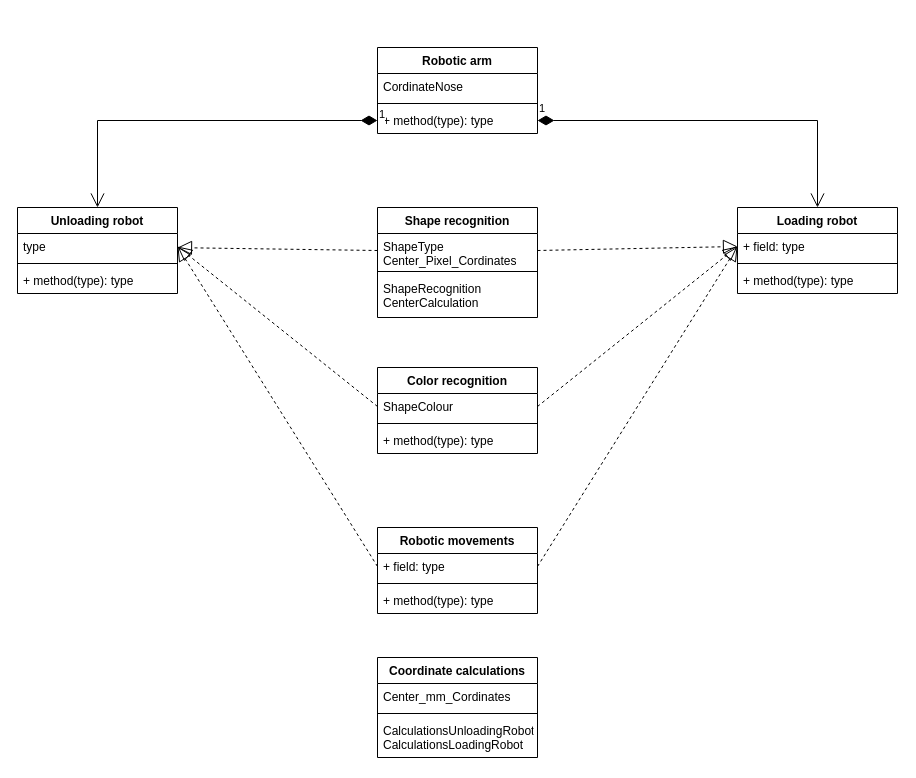
Earlier version of the draw.io diagram Class diagram.drawio (WinnenVanB2IsBelangrijkerDanMeedoen/EndAssigmentMain-SDA3). Source tidied: cells renumbered, new cells numbered last; positions are measured from the earlier drawing's top-left corner, leaving out a move shared by most shapes. Both pictures are drawn from the tidied source at 100%, with x=0, y=0 at pixel (17, 47).
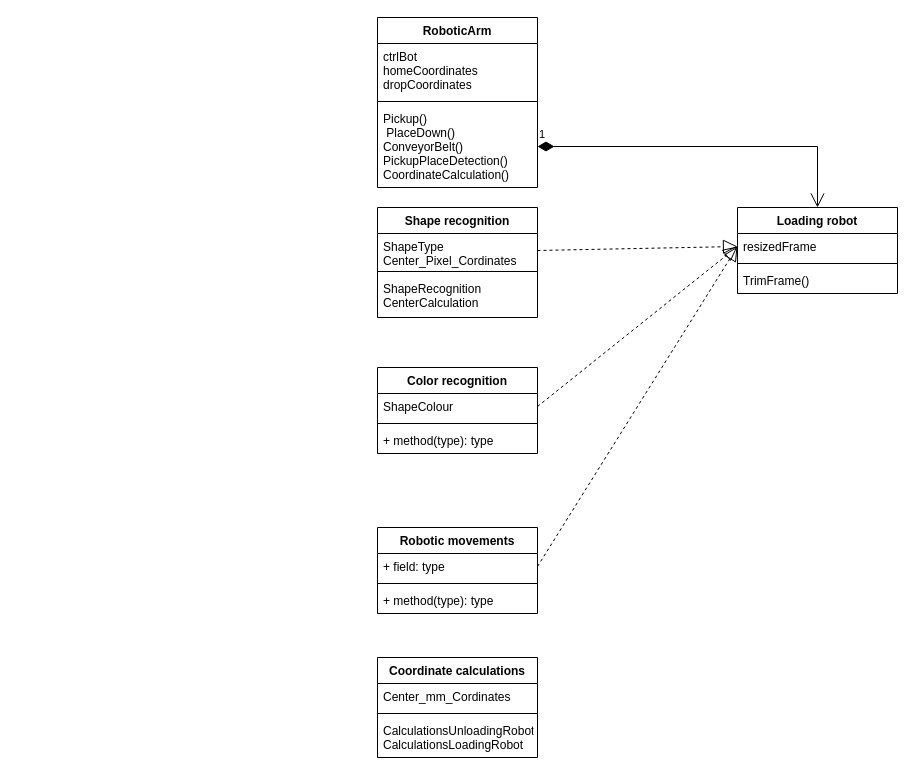
The same diagram, later.

Commit message (it also covers changes not shown here):
Code beetje opgeschoond

The change refers to these unchanged cells:
```xml
<mxCell id="7" value="ShapeColour" style="text;strokeColor=none;fillColor=none;align=left;verticalAlign=top;spacingLeft=4;spacingRight=4;overflow=hidden;points=[[0,0.5],[1,0.5]];portConstraint=eastwest;" parent="6" vertex="1">
  <mxGeometry y="26" width="160" height="26" as="geometry" />
</mxCell>
<mxCell id="11" value="ShapeType&#10;Center_Pixel_Cordinates" style="text;strokeColor=none;fillColor=none;align=left;verticalAlign=top;spacingLeft=4;spacingRight=4;overflow=hidden;points=[[0,0.5],[1,0.5]];portConstraint=eastwest;" parent="10" vertex="1">
  <mxGeometry y="26" width="160" height="34" as="geometry" />
</mxCell>
<mxCell id="15" value="+ field: type" style="text;strokeColor=none;fillColor=none;align=left;verticalAlign=top;spacingLeft=4;spacingRight=4;overflow=hidden;points=[[0,0.5],[1,0.5]];portConstraint=eastwest;" parent="14" vertex="1">
  <mxGeometry y="26" width="160" height="26" as="geometry" />
</mxCell>
<mxCell id="19" value="Loading robot" style="swimlane;fontStyle=1;align=center;verticalAlign=top;horizontal=1;startSize=26;flipH=1;" parent="1" vertex="1">
  <mxGeometry x="720" y="160" width="160" height="86" as="geometry" />
</mxCell>
```

What changed in the source:
```diff
@@
-    <mxCell id="2" value="Robotic arm" style="swimlane;fontStyle=1;align=center;verticalAlign=top;horizontal=1;startSize=26;" parent="1" vertex="1">
-      <mxGeometry x="360" width="160" height="86" as="geometry" />
+    <mxCell id="2" value="RoboticArm" style="swimlane;fontStyle=1;align=center;verticalAlign=top;horizontal=1;startSize=26;" parent="1" vertex="1">
+      <mxGeometry x="360" y="-30" width="160" height="170" as="geometry" />
     </mxCell>
-    <mxCell id="3" value="CordinateNose" style="text;strokeColor=none;fillColor=none;align=left;verticalAlign=top;spacingLeft=4;spacingRight=4;overflow=hidden;" parent="2" vertex="1">
-      <mxGeometry y="26" width="160" height="26" as="geometry" />
+    <mxCell id="3" value="ctrlBot&#10;homeCoordinates&#10;dropCoordinates" style="text;strokeColor=none;fillColor=none;align=left;verticalAlign=top;spacingLeft=4;spacingRight=4;overflow=hidden;" parent="2" vertex="1">
+      <mxGeometry y="26" width="160" height="54" as="geometry" />
     </mxCell>
     <mxCell id="4" style="line;strokeWidth=1;fillColor=none;align=left;verticalAlign=middle;spacingTop=-1;spacingLeft=3;spacingRight=3;labelPosition=right;strokeColor=inherit;" parent="2" vertex="1">
-      <mxGeometry y="52" width="160" height="8" as="geometry" />
+      <mxGeometry y="80" width="160" height="8" as="geometry" />
     </mxCell>
-    <mxCell id="5" value="+ method(type): type" style="text;strokeColor=none;fillColor=none;align=left;verticalAlign=top;spacingLeft=4;spacingRight=4;overflow=hidden;points=[[0,0.5],[1,0.5]];portConstraint=eastwest;" parent="2" vertex="1">
-      <mxGeometry y="60" width="160" height="26" as="geometry" />
+    <mxCell id="5" value="Pickup()&#10; PlaceDown()&#10;ConveyorBelt()&#10;PickupPlaceDetection()&#10;CoordinateCalculation()&#10;" style="text;strokeColor=none;fillColor=none;align=left;verticalAlign=top;spacingLeft=4;spacingRight=4;overflow=hidden;points=[[0,0.5],[1,0.5]];portConstraint=eastwest;" parent="2" vertex="1">
+      <mxGeometry y="88" width="160" height="82" as="geometry" />
     </mxCell>
@@
-    <mxCell id="20" value="+ field: type" style="text;strokeColor=none;fillColor=none;align=left;verticalAlign=top;spacingLeft=4;spacingRight=4;overflow=hidden;points=[[0,0.5],[1,0.5]];portConstraint=eastwest;" parent="19" vertex="1">
+    <mxCell id="20" value="resizedFrame" style="text;strokeColor=none;fillColor=none;align=left;verticalAlign=top;spacingLeft=4;spacingRight=4;overflow=hidden;points=[[0,0.5],[1,0.5]];portConstraint=eastwest;" parent="19" vertex="1">
       <mxGeometry y="26" width="160" height="26" as="geometry" />
     </mxCell>
@@
-    <mxCell id="22" value="+ method(type): type" style="text;strokeColor=none;fillColor=none;align=left;verticalAlign=top;spacingLeft=4;spacingRight=4;overflow=hidden;" parent="19" vertex="1">
+    <mxCell id="22" value="TrimFrame()" style="text;strokeColor=none;fillColor=none;align=left;verticalAlign=top;spacingLeft=4;spacingRight=4;overflow=hidden;" parent="19" vertex="1">
       <mxGeometry y="60" width="160" height="26" as="geometry" />
     </mxCell>
-    <mxCell id="23" value="Unloading robot" style="swimlane;fontStyle=1;align=center;verticalAlign=top;horizontal=1;startSize=26;flipH=1;" parent="1" vertex="1">
-      <mxGeometry y="160" width="160" height="86" as="geometry" />
-    </mxCell>
-    <mxCell id="24" value="type" style="text;strokeColor=none;fillColor=none;align=left;verticalAlign=top;spacingLeft=4;spacingRight=4;overflow=hidden;points=[[0,0.5],[1,0.5]];portConstraint=eastwest;" parent="23" vertex="1">
-      <mxGeometry y="26" width="160" height="26" as="geometry" />
-    </mxCell>
-    <mxCell id="25" style="line;strokeWidth=1;fillColor=none;align=left;verticalAlign=middle;spacingTop=-1;spacingLeft=3;spacingRight=3;labelPosition=right;strokeColor=inherit;" parent="23" vertex="1">
-      <mxGeometry y="52" width="160" height="8" as="geometry" />
-    </mxCell>
-    <mxCell id="26" value="+ method(type): type" style="text;strokeColor=none;fillColor=none;align=left;verticalAlign=top;spacingLeft=4;spacingRight=4;overflow=hidden;" parent="23" vertex="1">
-      <mxGeometry y="60" width="160" height="26" as="geometry" />
-    </mxCell>
@@
-    <mxCell id="29" style="endArrow=block;dashed=1;endFill=0;endSize=12;html=1;rounded=0;elbow=vertical;exitX=0;exitY=0.5;exitDx=0;exitDy=0;" parent="1" edge="1" source="11" target="24">
-      <mxGeometry relative="1" as="geometry" />
-    </mxCell>
-    <mxCell id="30" style="endArrow=block;dashed=1;endFill=0;endSize=12;html=1;rounded=0;elbow=vertical;exitX=0;exitY=0.5;exitDx=0;exitDy=0;entryX=1;entryY=0.5;entryDx=0;entryDy=0;" parent="1" edge="1" source="7" target="24">
-      <mxGeometry relative="1" as="geometry" />
-    </mxCell>
@@
-    <mxCell id="32" style="endArrow=block;dashed=1;endFill=0;endSize=12;html=1;rounded=0;elbow=vertical;entryX=1;entryY=0.5;entryDx=0;entryDy=0;exitX=0;exitY=0.5;exitDx=0;exitDy=0;" parent="1" edge="1" source="15" target="24">
-      <mxGeometry relative="1" as="geometry" />
-    </mxCell>
@@
-    <mxCell id="38" value="1" style="endArrow=open;html=1;endSize=12;startArrow=diamondThin;startSize=14;startFill=1;edgeStyle=orthogonalEdgeStyle;align=left;verticalAlign=bottom;rounded=0;entryX=0.5;entryY=0;entryDx=0;entryDy=0;exitX=0;exitY=0.5;exitDx=0;exitDy=0;" parent="1" edge="1" source="5" target="23">
-      <mxGeometry x="-1" y="3" relative="1" as="geometry" />
-    </mxCell>
```
